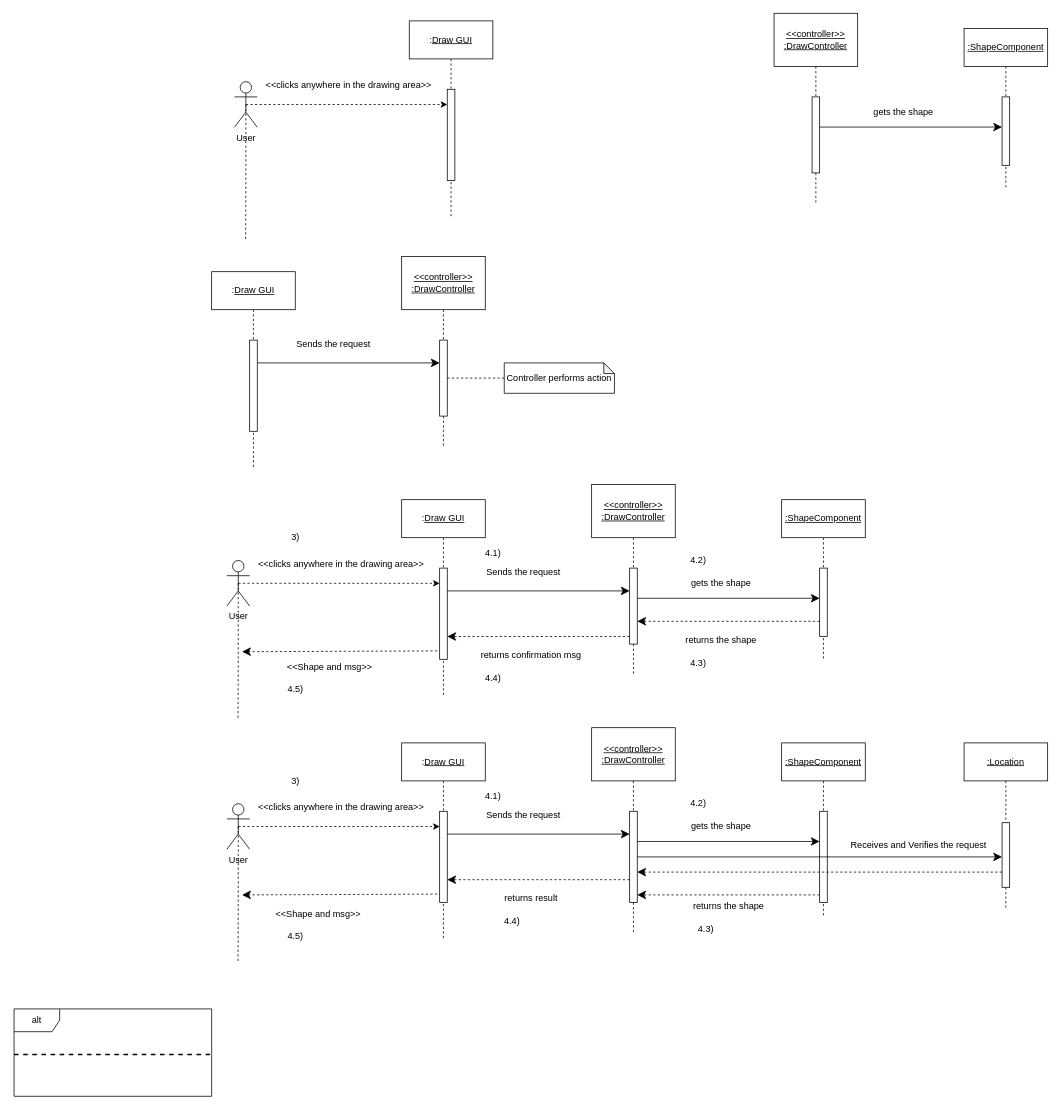
This is SoftwarePattern.drawio from VoHoAnhTuan/Diagrams, a draw.io file, before an edit. Source tidied: cells renumbered, new cells numbered last; positions are measured from the earlier drawing's top-left corner, leaving out a move shared by most shapes. Both pictures are drawn from the tidied source at 76%, with x=0, y=0 at pixel (14, 13).
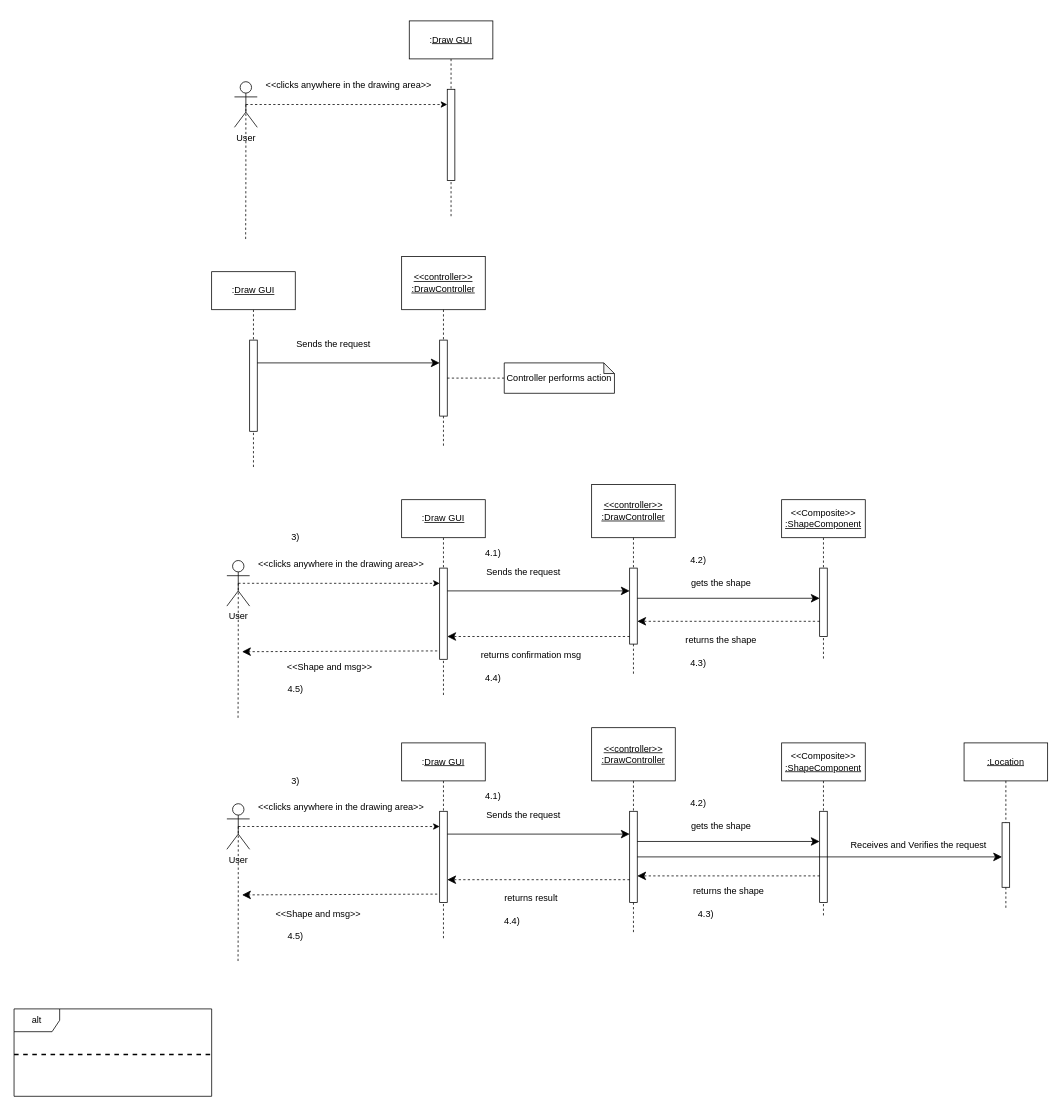
The same diagram, later.

Unchanged cells that the change refers to:
```xml
<mxCell id="72" style="html=1;points=[];perimeter=orthogonalPerimeter;outlineConnect=0;targetShapes=umlLifeline;portConstraint=eastwest;newEdgeStyle={&quot;edgeStyle&quot;:&quot;elbowEdgeStyle&quot;,&quot;elbow&quot;:&quot;vertical&quot;,&quot;curved&quot;:0,&quot;rounded&quot;:0};" parent="1" vertex="1">
  <mxGeometry x="810" y="1050" width="10" height="120" as="geometry" />
</mxCell>
```

The edit, as a diff of the source:
```diff
@@
-    <mxCell id="13" value="&lt;u&gt;:ShapeComponent&lt;/u&gt;" style="html=1;whiteSpace=wrap;" parent="1" vertex="1">
+    <mxCell id="13" value="&amp;lt;&amp;lt;Composite&amp;gt;&amp;gt;&lt;br&gt;&lt;div&gt;&lt;u&gt;:ShapeComponent&lt;/u&gt;&lt;/div&gt;" style="html=1;whiteSpace=wrap;" parent="1" vertex="1">
       <mxGeometry x="1010" y="640" width="110" height="50" as="geometry" />
     </mxCell>
@@
-    <mxCell id="44" style="edgeStyle=orthogonalEdgeStyle;rounded=0;jettySize=auto;html=1;exitX=0.5;exitY=1;exitDx=0;exitDy=0;endArrow=none;endFill=0;dashed=1;" parent="1" edge="1" source="48">
-      <mxGeometry relative="1" as="geometry">
-        <mxPoint x="1305" y="230" as="targetPoint" />
-      </mxGeometry>
-    </mxCell>
-    <mxCell id="45" style="html=1;perimeter=orthogonalPerimeter;targetShapes=umlLifeline;newEdgeStyle={&quot;edgeStyle&quot;:&quot;elbowEdgeStyle&quot;,&quot;elbow&quot;:&quot;vertical&quot;,&quot;curved&quot;:0,&quot;rounded&quot;:0};" parent="1" vertex="1">
-      <mxGeometry x="1300" y="110" width="10" height="90" as="geometry" />
-    </mxCell>
-    <mxCell id="46" style="edgeStyle=orthogonalEdgeStyle;rounded=0;jettySize=auto;html=1;exitX=0.5;exitY=1;exitDx=0;exitDy=0;endArrow=none;endFill=0;dashed=1;startArrow=none;" parent="1" edge="1" source="50">
-      <mxGeometry relative="1" as="geometry">
-        <mxPoint x="1055" y="250" as="targetPoint" />
-      </mxGeometry>
-    </mxCell>
-    <mxCell id="47" value="&lt;div&gt;&lt;u&gt;&amp;lt;&amp;lt;controller&amp;gt;&amp;gt;&lt;/u&gt;&lt;/div&gt;&lt;div&gt;&lt;u&gt;:DrawController&lt;/u&gt;&lt;/div&gt;" style="html=1;whiteSpace=wrap;" parent="1" vertex="1">
-      <mxGeometry x="1000" width="110" height="70" as="geometry" />
-    </mxCell>
-    <mxCell id="48" value="&lt;u&gt;:ShapeComponent&lt;/u&gt;" style="html=1;whiteSpace=wrap;" parent="1" vertex="1">
-      <mxGeometry x="1250" y="20" width="110" height="50" as="geometry" />
-    </mxCell>
-    <mxCell id="49" style="edgeStyle=orthogonalEdgeStyle;rounded=0;jettySize=auto;html=1;exitX=0.5;exitY=1;exitDx=0;exitDy=0;endArrow=none;endFill=0;dashed=1;" parent="1" edge="1" source="47" target="50">
-      <mxGeometry relative="1" as="geometry">
-        <Array as="points">
-          <mxPoint x="1055" y="120" />
-          <mxPoint x="1055" y="120" />
-        </Array>
-      </mxGeometry>
-    </mxCell>
-    <mxCell id="50" style="html=1;points=[];perimeter=orthogonalPerimeter;outlineConnect=0;targetShapes=umlLifeline;portConstraint=eastwest;newEdgeStyle={&quot;edgeStyle&quot;:&quot;elbowEdgeStyle&quot;,&quot;elbow&quot;:&quot;vertical&quot;,&quot;curved&quot;:0,&quot;rounded&quot;:0};" parent="1" vertex="1">
-      <mxGeometry x="1050" y="110" width="10" height="100" as="geometry" />
-    </mxCell>
-    <mxCell id="51" style="endArrow=classic;endFill=1;endSize=9;html=1;rounded=0;" parent="1" edge="1">
-      <mxGeometry relative="1" as="geometry">
-        <mxPoint x="1060" y="149.7" as="sourcePoint" />
-        <mxPoint x="1300" y="149.7" as="targetPoint" />
-      </mxGeometry>
-    </mxCell>
-    <mxCell id="52" value="gets the shape" style="text;html=1;align=center;verticalAlign=middle;strokeColor=none;fillColor=none;" parent="1" vertex="1">
-      <mxGeometry x="1120" y="115" width="100" height="30" as="geometry" />
-    </mxCell>
@@
-    <mxCell id="60" style="edgeStyle=orthogonalEdgeStyle;rounded=0;jettySize=auto;html=1;exitX=0.5;exitY=1;exitDx=0;exitDy=0;endArrow=none;endFill=0;dashed=1;" parent="1" edge="1" source="70">
+    <mxCell id="60" style="edgeStyle=orthogonalEdgeStyle;rounded=0;orthogonalLoop=1;jettySize=auto;html=1;exitX=0.5;exitY=1;exitDx=0;exitDy=0;endArrow=none;endFill=0;dashed=1;" parent="1" edge="1">
       <mxGeometry relative="1" as="geometry">
+        <mxPoint x="1065" y="1010" as="sourcePoint" />
         <mxPoint x="1065" y="1190" as="targetPoint" />
       </mxGeometry>
     </mxCell>
@@
-    <mxCell id="70" value="&lt;u&gt;:ShapeComponent&lt;/u&gt;" style="html=1;whiteSpace=wrap;" parent="1" vertex="1">
-      <mxGeometry x="1010" y="960" width="110" height="50" as="geometry" />
-    </mxCell>
@@
     <mxCell id="75" style="endArrow=classic;endFill=1;endSize=9;html=1;rounded=0;dashed=1;" parent="1" edge="1">
       <mxGeometry relative="1" as="geometry">
-        <mxPoint x="1060" y="1160" as="sourcePoint" />
-        <mxPoint x="820" y="1160" as="targetPoint" />
+        <mxPoint x="1060" y="1135" as="sourcePoint" />
+        <mxPoint x="820" y="1135" as="targetPoint" />
       </mxGeometry>
     </mxCell>
@@
     <mxCell id="81" value="returns the shape" style="text;html=1;align=center;verticalAlign=middle;strokeColor=none;fillColor=none;" parent="1" vertex="1">
-      <mxGeometry x="880" y="1160" width="120" height="30" as="geometry" />
+      <mxGeometry x="880" y="1140" width="120" height="30" as="geometry" />
     </mxCell>
@@
     <mxCell id="86" value="4.3)" style="text;html=1;align=center;verticalAlign=middle;strokeColor=none;fillColor=none;" parent="1" vertex="1">
-      <mxGeometry x="890" y="1190" width="40" height="30" as="geometry" />
+      <mxGeometry x="890" y="1170" width="40" height="30" as="geometry" />
     </mxCell>
@@
-    <mxCell id="97" style="endArrow=classic;endFill=1;endSize=9;html=1;rounded=0;dashed=1;" parent="1" edge="1" target="72">
-      <mxGeometry relative="1" as="geometry">
-        <mxPoint x="1300" y="1130" as="sourcePoint" />
-      </mxGeometry>
-    </mxCell>
+    <mxCell id="98" value="&amp;lt;&amp;lt;Composite&amp;gt;&amp;gt;&lt;br&gt;&lt;div&gt;&lt;u&gt;:ShapeComponent&lt;/u&gt;&lt;/div&gt;" style="html=1;whiteSpace=wrap;" parent="1" vertex="1">
+      <mxGeometry x="1010" y="960" width="110" height="50" as="geometry" />
+    </mxCell>
```
